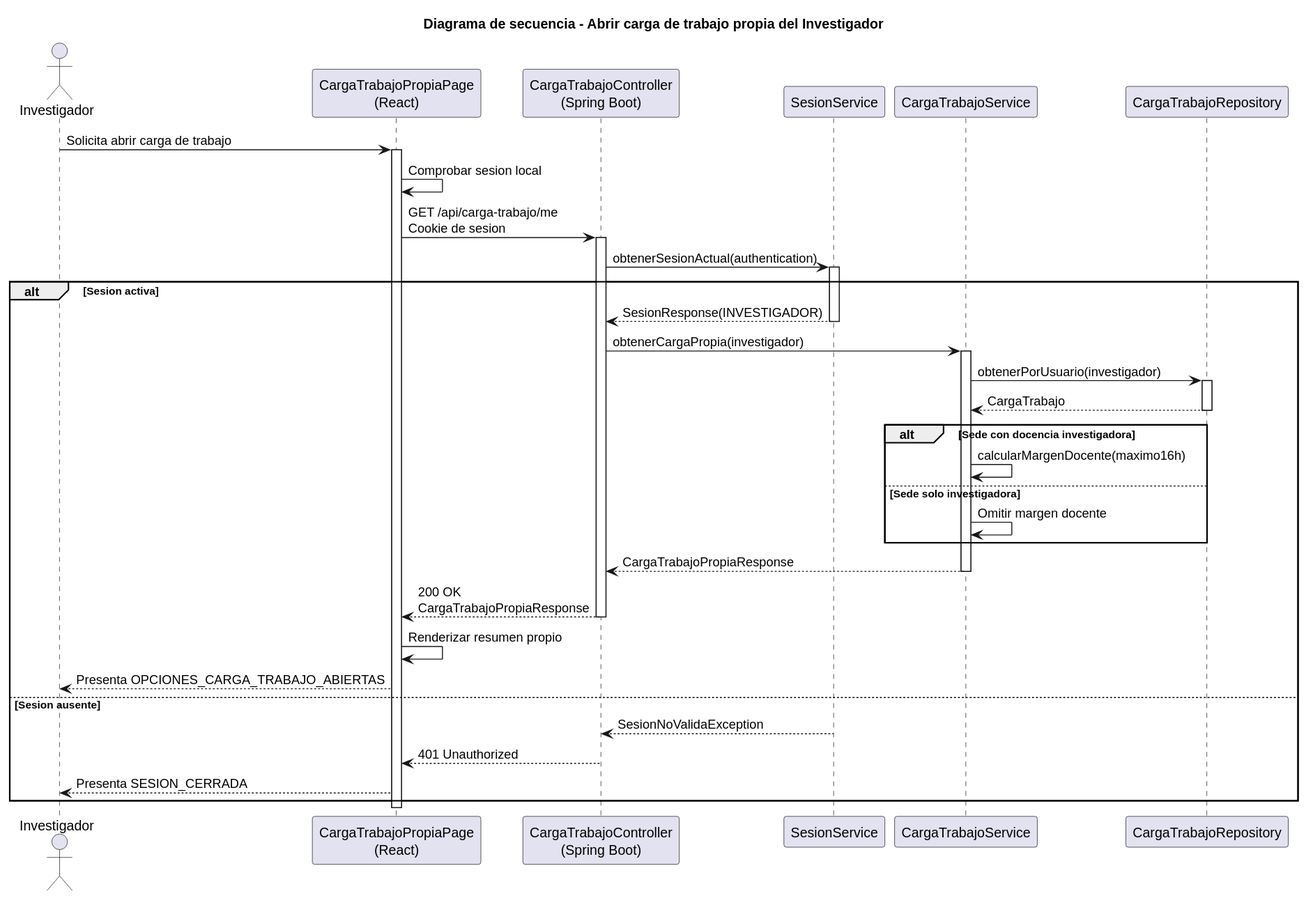
The PlantUML diagram images/RUP/02-diseño/casos-uso/investigador/abrirOpcionesCargaTrabajo/secuencia.svg in beatriizorozco/25-26-idsw2-sdVC, before a commit.
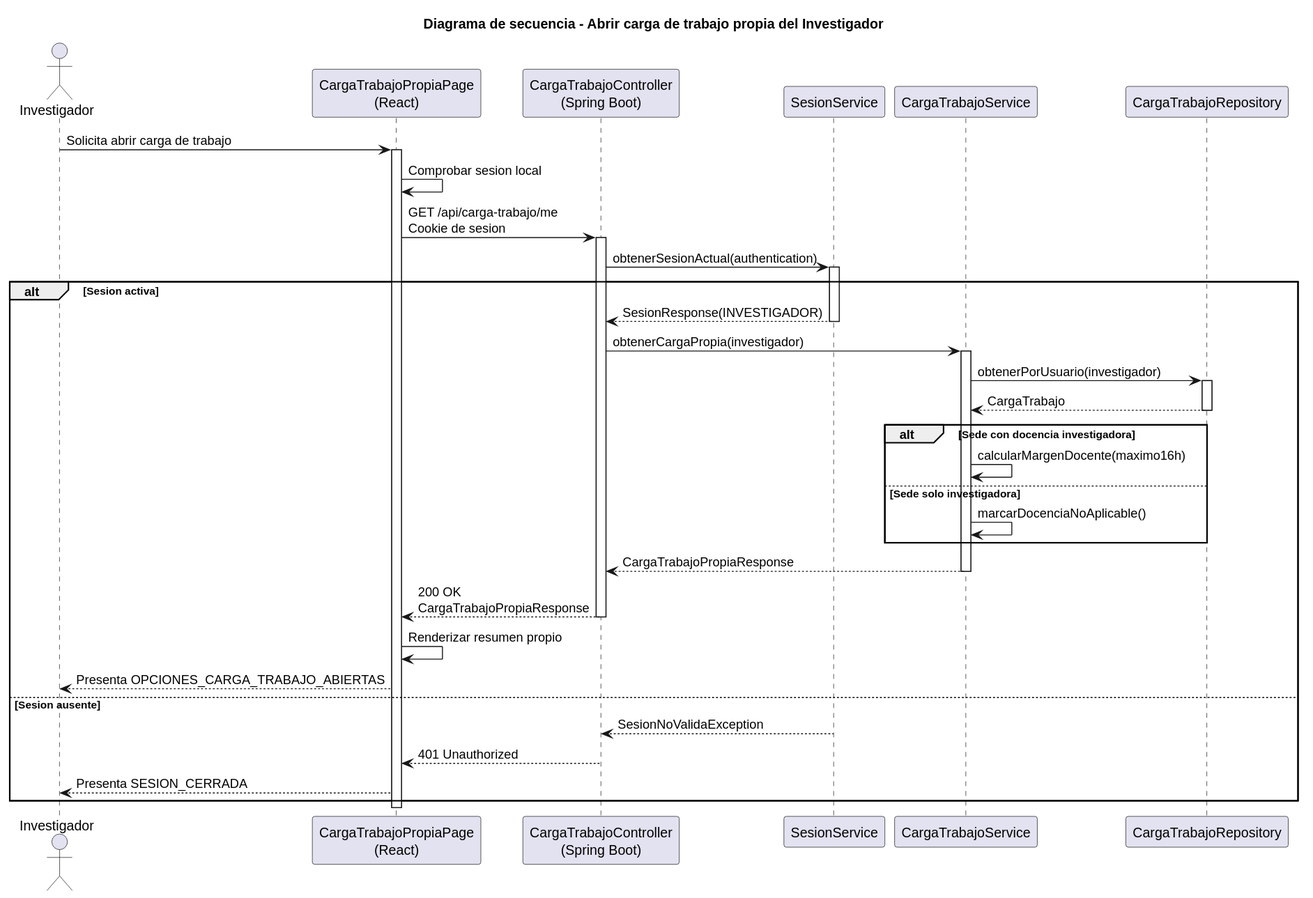
Later version of the same file.

The edit, as a diff of the source:
```diff
@@ -27,7 +27,7 @@
     alt Sede con docencia investigadora
         Service -> Service: calcularMargenDocente(maximo16h)
     else Sede solo investigadora
-        Service -> Service: Omitir margen docente
+        Service -> Service: marcarDocenciaNoAplicable()
     end
     Service --> Api: CargaTrabajoPropiaResponse
     deactivate Service
```
